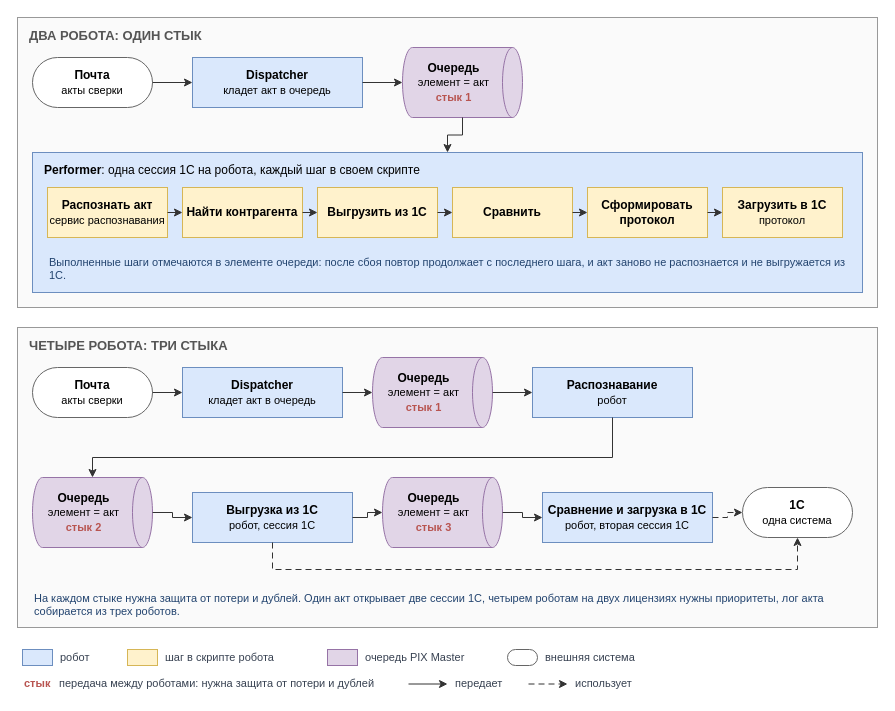
This is page "project / project-split" (3 of 8) of images/diagrams.drawio from TheMrDJek/PixRpaDevelopmentConventions, a draw.io file, before an edit. Source tidied: cells renumbered, new cells numbered last; positions are measured from the earlier drawing's top-left corner, leaving out a move shared by most shapes. Both pictures are drawn from the tidied source at 100%, with x=0, y=0 at pixel (17, 17).
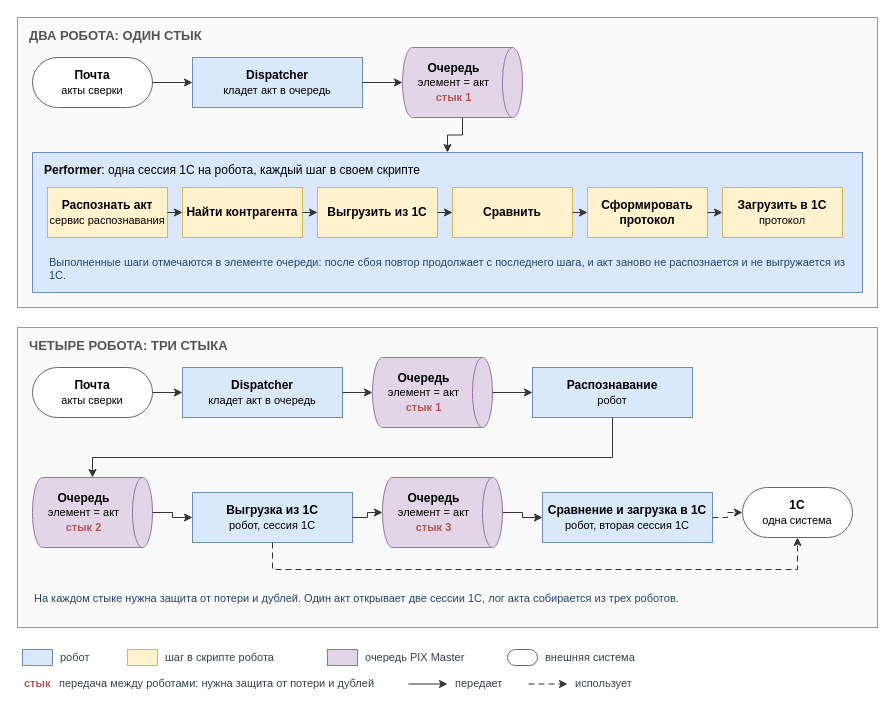
The same page after the edit.

Diff of the diagram source:
```diff
@@
-    <mxCell id="41" value="На каждом стыке нужна защита от потери и дублей. Один акт открывает две сессии 1С, четырем роботам на двух лицензиях нужны приоритеты, лог акта собирается из трех роботов." style="text;strokeColor=none;fillColor=none;align=left;verticalAlign=top;fontSize=11;fontColor=#23446F;whiteSpace=wrap;html=1;fontFamily=Helvetica;" parent="1" vertex="1">
+    <mxCell id="41" value="На каждом стыке нужна защита от потери и дублей. Один акт открывает две сессии 1С, лог акта собирается из трех роботов." style="text;strokeColor=none;fillColor=none;align=left;verticalAlign=top;fontSize=11;fontColor=#23446F;whiteSpace=wrap;html=1;fontFamily=Helvetica;" parent="1" vertex="1">
       <mxGeometry x="15" y="568" width="820" height="36" as="geometry" />
     </mxCell>
```
